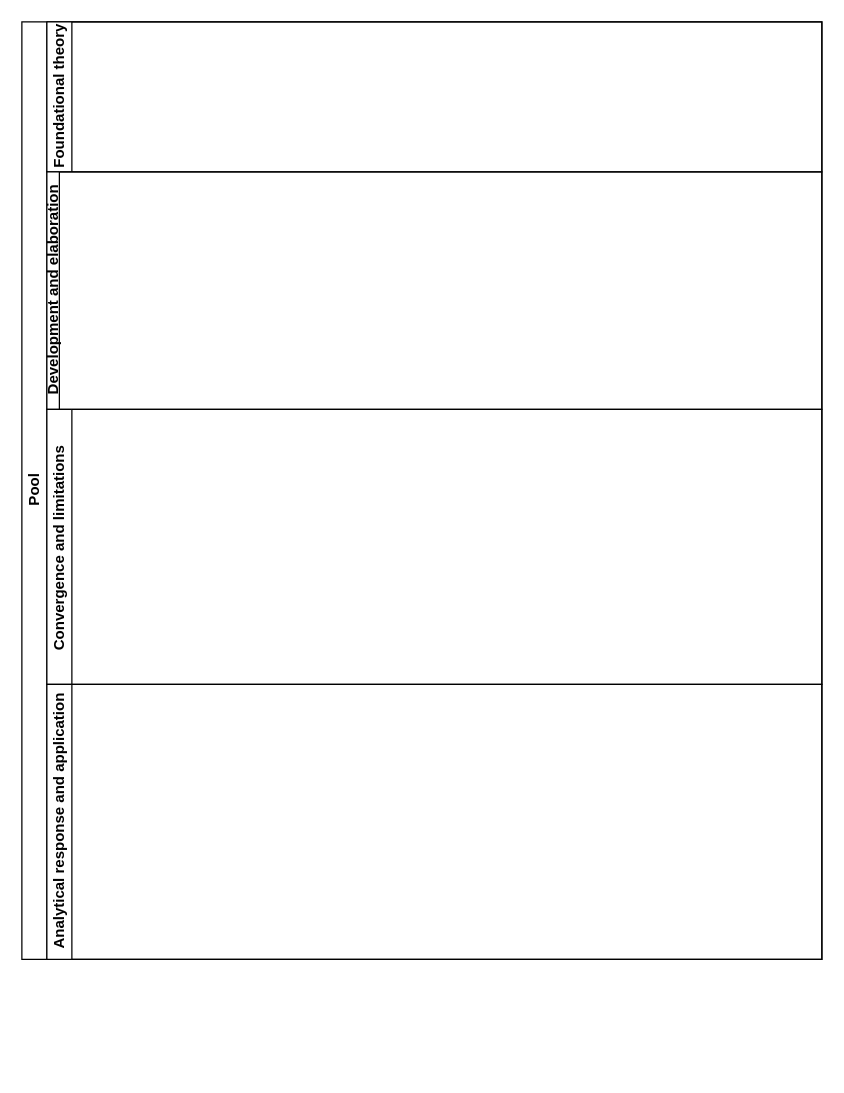
Above: Research-Framework-Diagram.drawio in tjw-benth/draw.io (draw.io), before the change. Source tidied: cells renumbered, new cells numbered last; positions are measured from the earlier drawing's top-left corner, leaving out a move shared by most shapes. Both pictures are drawn from the tidied source at 125%, with x=0, y=0 at pixel (21, 21).
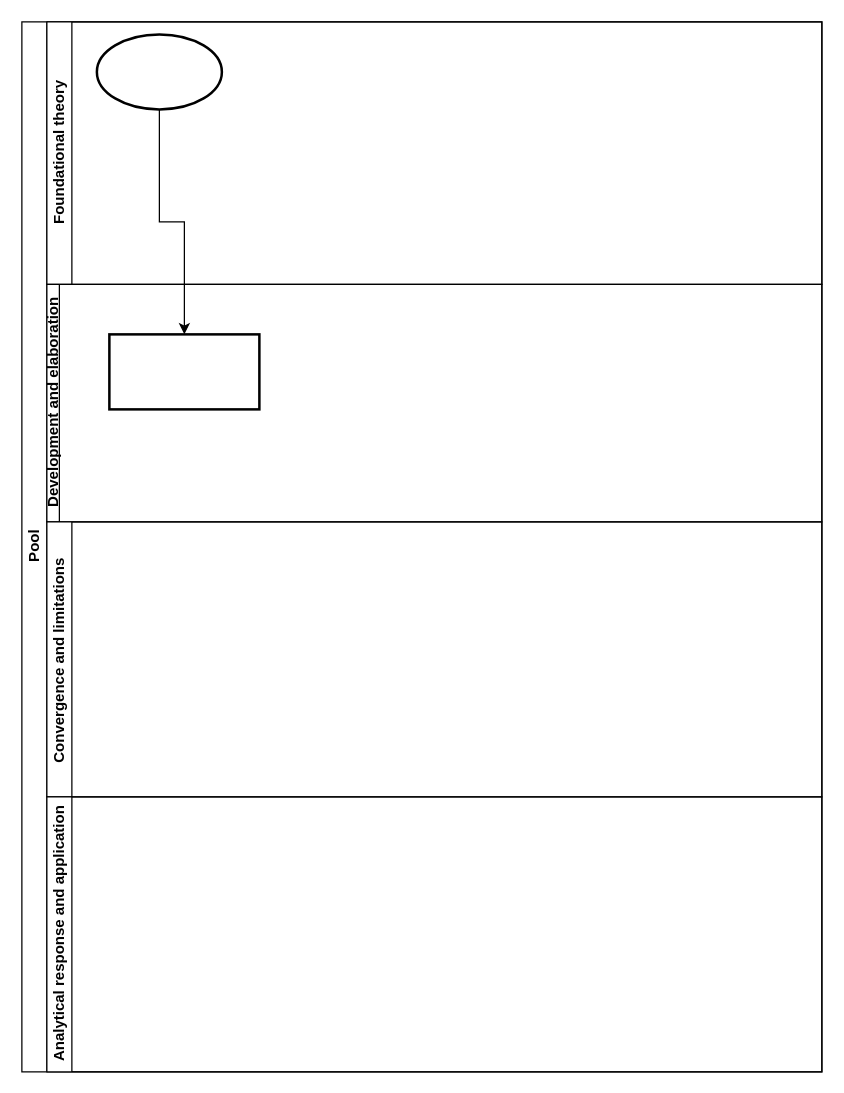
Above is the later version.

The edit, as a diff of the source:
```diff
@@
 <mxGraphModel>
   <root>
     <mxCell id="0" />
     <mxCell id="1" parent="0" />
     <mxCell id="2" value="Pool" style="swimlane;horizontal=0;startSize=20;html=1;" parent="1" vertex="1">
-      <mxGeometry width="640" height="750" as="geometry" />
+      <mxGeometry width="640" height="840" as="geometry" />
     </mxCell>
     <mxCell id="3" value="Foundational theory" style="swimlane;startSize=20;horizontal=0;html=1;" parent="2" vertex="1">
-      <mxGeometry x="20" width="620" height="120" as="geometry" />
+      <mxGeometry x="20" width="620" height="210" as="geometry" />
     </mxCell>
+    <mxCell id="7" style="strokeWidth=2;html=1;shape=mxgraph.flowchart.start_1;whiteSpace=wrap;" parent="3" vertex="1">
+      <mxGeometry x="40" y="10" width="100" height="60" as="geometry" />
+    </mxCell>
     <mxCell id="4" value="Development and elaboration" style="swimlane;startSize=10;horizontal=0;html=1;" parent="2" vertex="1">
-      <mxGeometry x="20" y="120" width="620" height="190" as="geometry" />
+      <mxGeometry x="20" y="210" width="620" height="190" as="geometry" />
     </mxCell>
+    <mxCell id="8" style="whiteSpace=wrap;html=1;strokeWidth=2;" parent="4" vertex="1">
+      <mxGeometry x="50" y="40" width="120" height="60" as="geometry" />
+    </mxCell>
     <mxCell id="5" value="Convergence and limitations&amp;nbsp;" style="swimlane;startSize=20;horizontal=0;html=1;" parent="2" vertex="1">
-      <mxGeometry x="20" y="310" width="620" height="220" as="geometry" />
+      <mxGeometry x="20" y="400" width="620" height="220" as="geometry" />
     </mxCell>
     <mxCell id="6" value="&lt;p&gt;Analytical response and application&lt;/p&gt;" style="swimlane;startSize=20;horizontal=0;html=1;" parent="2" vertex="1">
-      <mxGeometry x="20" y="530" width="620" height="220" as="geometry" />
+      <mxGeometry x="20" y="620" width="620" height="220" as="geometry" />
     </mxCell>
+    <mxCell id="9" style="edgeStyle=orthogonalEdgeStyle;rounded=0;jettySize=auto;html=1;" parent="2" edge="1" source="7" target="8">
+      <mxGeometry relative="1" as="geometry" />
+    </mxCell>
   </root>
 </mxGraphModel>
```
